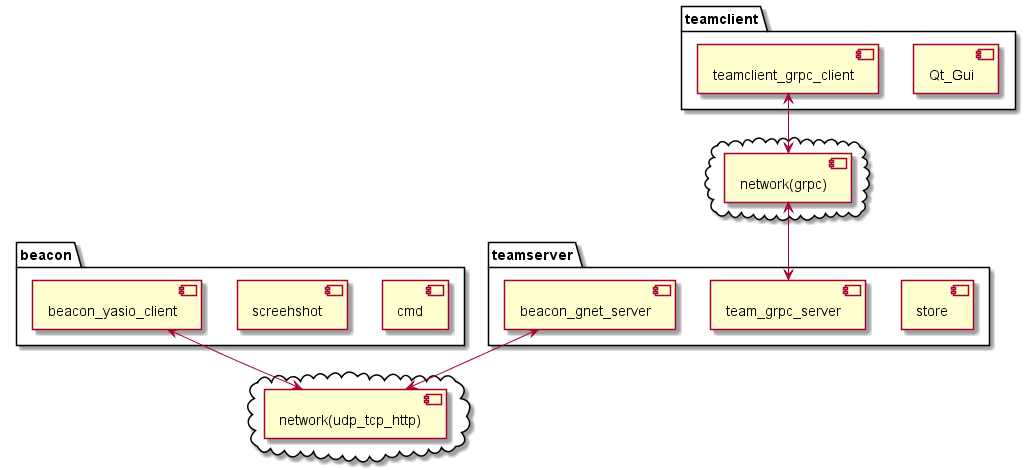
roadwy/RIP keeps this PlantUML diagram as docs/images/architecture.png. Above is the earlier version. Source of this version:
```plantuml
@startuml

package "teamserver" {
  [store]
  [team_grpc_server]
  [beacon_gnet_server]
}

cloud {
   [network(grpc)]
}

cloud {
  [network(udp_tcp_http)]
}

package "beacon"{
  [cmd]
  [screehshot]
  [beacon_yasio_client]
}

package "teamclient"{
  [Qt_Gui]
  [teamclient_grpc_client]
}

[beacon_yasio_client] <--> [network(udp_tcp_http)]
[beacon_gnet_server] <--> [network(udp_tcp_http)]

[network(grpc)] <--> [team_grpc_server]
[teamclient_grpc_client] <--> [network(grpc)]

@enduml
```
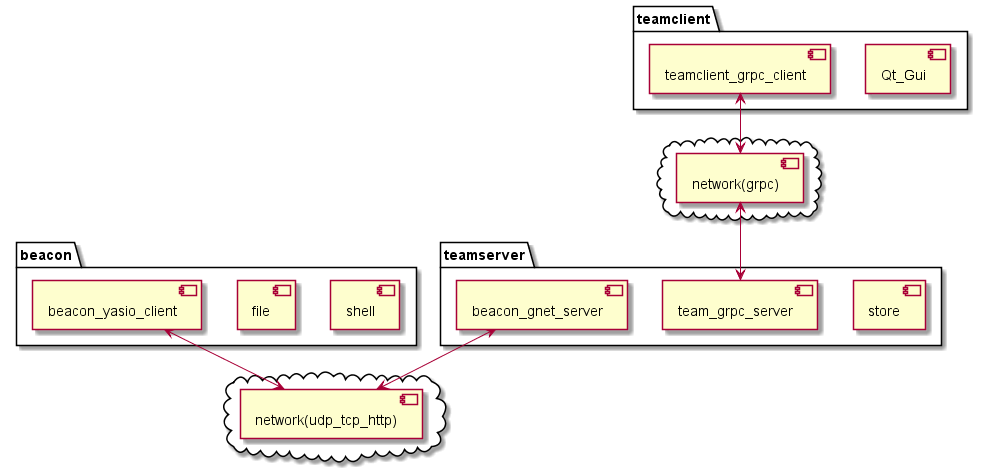
After the commit.

Change to the diagram source:
```diff
@@ -15,8 +15,8 @@
 }
 
 package "beacon"{
-  [cmd]
-  [screehshot]
+  [shell]
+  [file]
   [beacon_yasio_client]
 }
 
```
